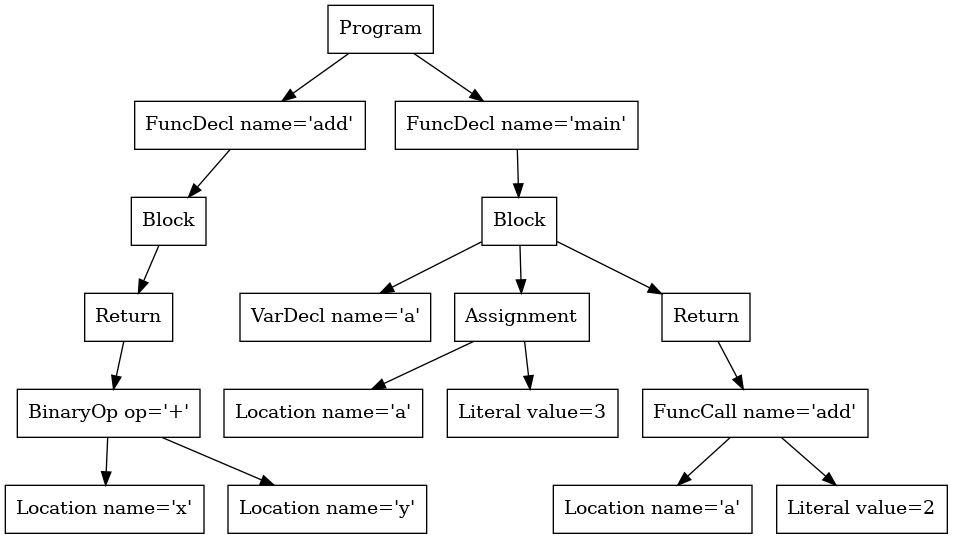
Before: ast.png, a diagram exported from Graphviz (ecila1011/P2). Its source is kept beside it as ast.dot.
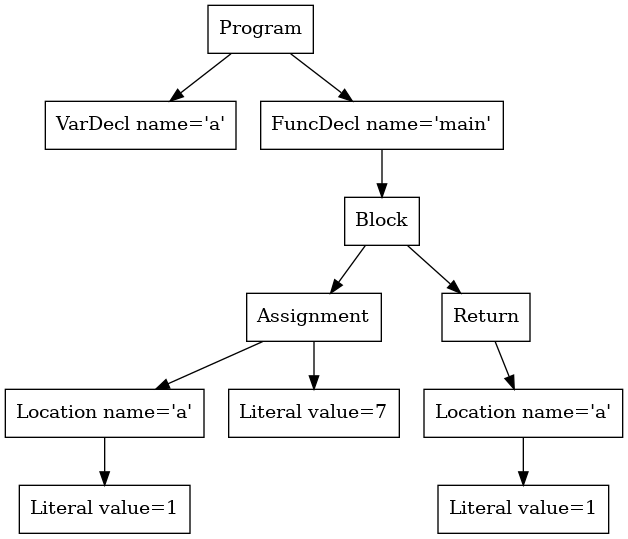
Later version of the same file.

The edit, as a diff of the source:
```diff
@@ -1,35 +1,23 @@
 digraph AST {
-5 [shape=box, label="Location name='x'"];
-6 [shape=box, label="Location name='y'"];
-4 [shape=box, label="BinaryOp op='+'"];
+1 [shape=box, label="VarDecl name='a'"];
+6 [shape=box, label="Literal value=1"];
+5 [shape=box, label="Location name='a'"];
+5 -> 6;
+7 [shape=box, label="Literal value=7"];
+4 [shape=box, label="Assignment"];
 4 -> 5;
-4 -> 6;
-3 [shape=box, label="Return"];
+4 -> 7;
+10 [shape=box, label="Literal value=1"];
+9 [shape=box, label="Location name='a'"];
+9 -> 10;
+8 [shape=box, label="Return"];
+8 -> 9;
+3 [shape=box, label="Block"];
 3 -> 4;
-2 [shape=box, label="Block"];
+3 -> 8;
+2 [shape=box, label="FuncDecl name='main'"];
 2 -> 3;
-1 [shape=box, label="FuncDecl name='add'"];
-1 -> 2;
-9 [shape=box, label="VarDecl name='a'"];
-11 [shape=box, label="Location name='a'"];
-12 [shape=box, label="Literal value=3"];
-10 [shape=box, label="Assignment"];
-10 -> 11;
-10 -> 12;
-15 [shape=box, label="Location name='a'"];
-16 [shape=box, label="Literal value=2"];
-14 [shape=box, label="FuncCall name='add'"];
-14 -> 15;
-14 -> 16;
-13 [shape=box, label="Return"];
-13 -> 14;
-8 [shape=box, label="Block"];
-8 -> 9;
-8 -> 10;
-8 -> 13;
-7 [shape=box, label="FuncDecl name='main'"];
-7 -> 8;
 0 [shape=box, label="Program"];
 0 -> 1;
-0 -> 7;
+0 -> 2;
 }
```
